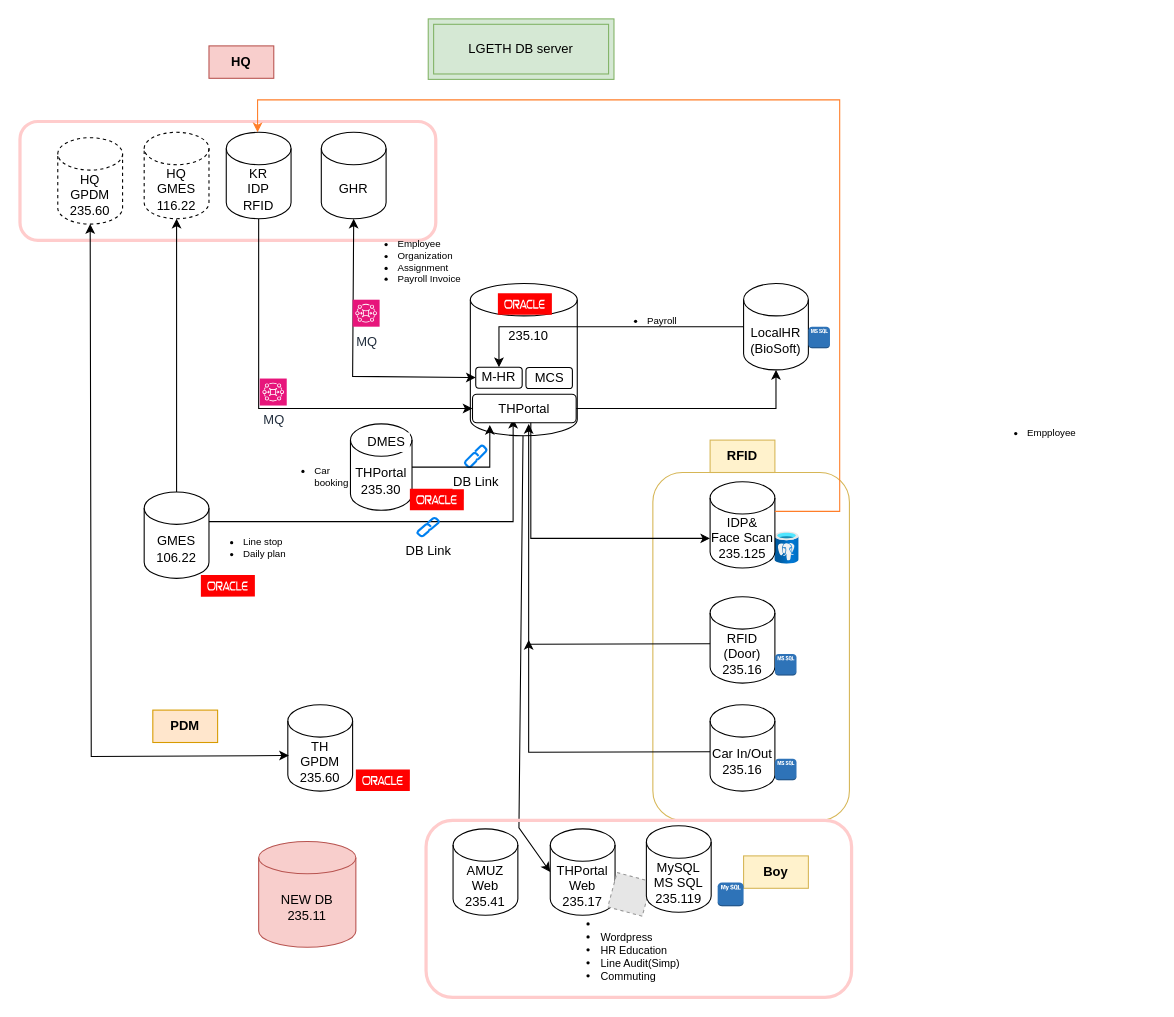
Before: page "Page-1" (1 of 2) of THPortalDB.drawio in 9maybe/9maybe, a draw.io diagram. Source tidied: cells renumbered, new cells numbered last; positions are measured from the earlier drawing's top-left corner, leaving out a move shared by most shapes. Both pictures are drawn from the tidied source at 108%, with x=0, y=0 at pixel (19, 18). Pictures stored in the file or linked from it are replaced by grey dashed boxes.
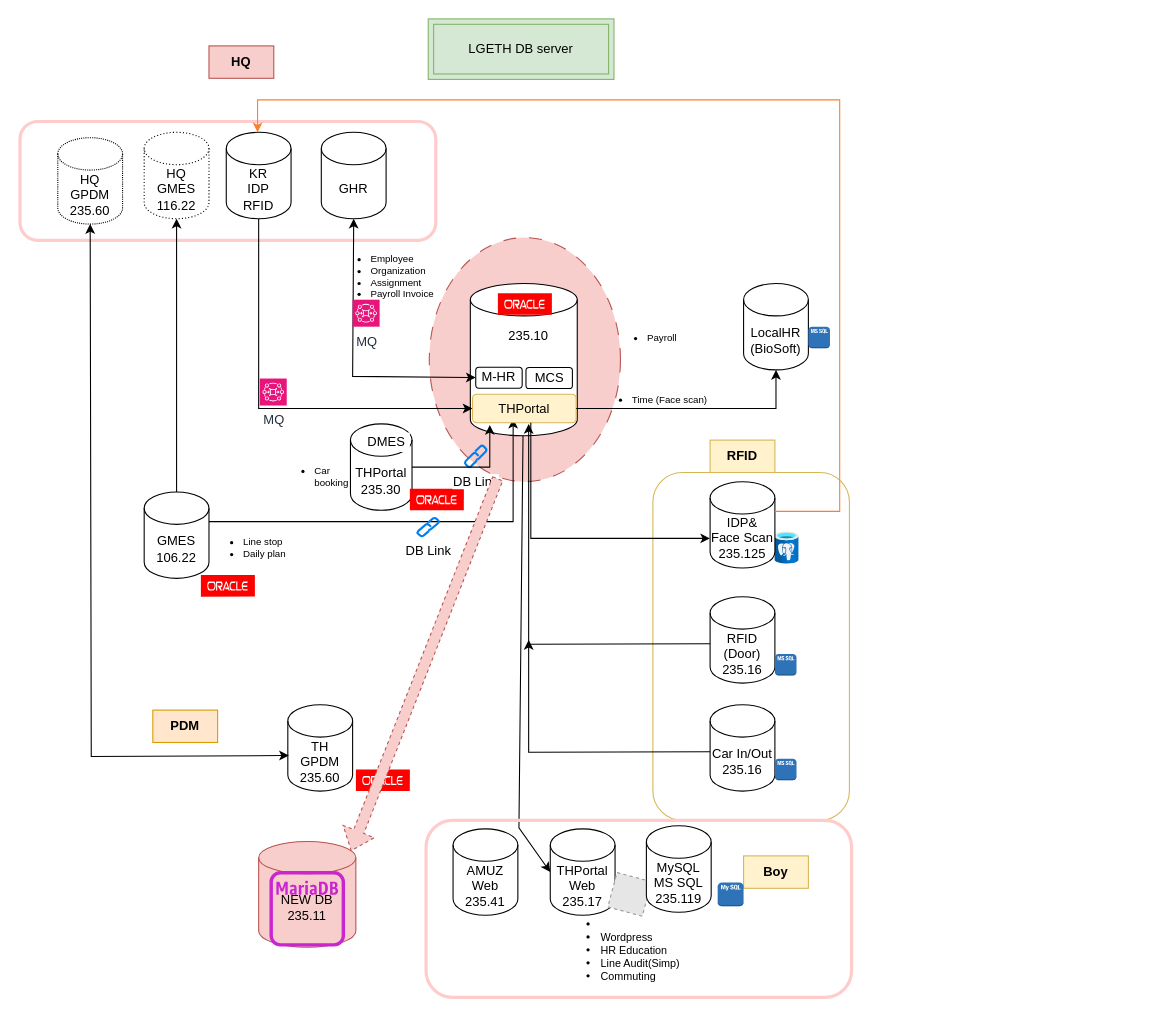
Above is the later version.

Unchanged cells that the change refers to:
```xml
<mxCell id="10" value="LocalHR&lt;br&gt;(BioSoft)" style="shape=cylinder3;whiteSpace=wrap;html=1;boundedLbl=1;backgroundOutline=1;size=15;" parent="1" vertex="1">
  <mxGeometry x="670" y="245" width="60" height="80" as="geometry" />
</mxCell>
<mxCell id="55" value="M-HR" style="rounded=1;whiteSpace=wrap;html=1;" parent="1" vertex="1">
  <mxGeometry x="422" y="322.5" width="43" height="19.5" as="geometry" />
</mxCell>
```

The edit, as a diff of the source:
```diff
@@
+    <mxCell id="64" style="ellipse;whiteSpace=wrap;html=1;dashed=1;dashPattern=12 12;fillColor=#f8cecc;strokeColor=#b85450;" parent="1" vertex="1">
+      <mxGeometry x="379" y="202.5" width="177" height="226" as="geometry" />
+    </mxCell>
@@
-    <mxCell id="9" style="edgeStyle=orthogonalEdgeStyle;rounded=0;jettySize=auto;html=1;exitX=0;exitY=0.5;exitDx=0;exitDy=0;exitPerimeter=0;entryX=0.5;entryY=0;entryDx=0;entryDy=0;" parent="1" edge="1" source="10" target="55">
-      <mxGeometry relative="1" as="geometry" />
-    </mxCell>
@@
     <mxCell id="11" value="&lt;ul style=&quot;font-size: 9px;&quot;&gt;&lt;li style=&quot;font-size: 9px;&quot;&gt;Employee&lt;/li&gt;&lt;li style=&quot;font-size: 9px;&quot;&gt;Organization&lt;/li&gt;&lt;li style=&quot;font-size: 9px;&quot;&gt;Assignment&lt;/li&gt;&lt;li style=&quot;font-size: 9px;&quot;&gt;Payroll Invoice&lt;/li&gt;&lt;/ul&gt;" style="text;strokeColor=none;align=left;fillColor=none;html=1;verticalAlign=middle;whiteSpace=wrap;rounded=0;fontSize=9;" parent="1" vertex="1">
-      <mxGeometry x="308" y="190" width="160" height="70" as="geometry" />
+      <mxGeometry x="282.5" y="204" width="160" height="70" as="geometry" />
     </mxCell>
     <mxCell id="12" value="&lt;ul style=&quot;font-size: 9px;&quot;&gt;&lt;li style=&quot;font-size: 9px;&quot;&gt;Payroll&lt;/li&gt;&lt;/ul&gt;" style="text;strokeColor=none;align=left;fillColor=none;html=1;verticalAlign=middle;whiteSpace=wrap;rounded=0;fontSize=9;" parent="1" vertex="1">
-      <mxGeometry x="539" y="245" width="160" height="70" as="geometry" />
+      <mxGeometry x="539" y="276" width="88" height="39" as="geometry" />
     </mxCell>
@@
-    <mxCell id="41" value="HQ&lt;br&gt;GPDM&lt;br&gt;235.60" style="shape=cylinder3;whiteSpace=wrap;html=1;boundedLbl=1;backgroundOutline=1;size=15;dashed=1;" parent="1" vertex="1">
+    <mxCell id="41" value="HQ&lt;br&gt;GPDM&lt;br&gt;235.60" style="shape=cylinder3;whiteSpace=wrap;html=1;boundedLbl=1;backgroundOutline=1;size=15;dashed=1;dashPattern=1 1;" parent="1" vertex="1">
       <mxGeometry x="35" y="110" width="60" height="80" as="geometry" />
     </mxCell>
@@
-    <mxCell id="47" value="HQ&lt;br&gt;GMES&lt;br&gt;116.22" style="shape=cylinder3;whiteSpace=wrap;html=1;boundedLbl=1;backgroundOutline=1;size=15;dashed=1;" parent="1" vertex="1">
+    <mxCell id="47" value="HQ&lt;br&gt;GMES&lt;br&gt;116.22" style="shape=cylinder3;whiteSpace=wrap;html=1;boundedLbl=1;backgroundOutline=1;size=15;dashed=1;dashPattern=1 2;" parent="1" vertex="1">
       <mxGeometry x="115" y="105" width="60" height="80" as="geometry" />
     </mxCell>
@@
-    <mxCell id="51" value="&lt;ul style=&quot;font-size: 9px;&quot;&gt;&lt;li style=&quot;font-size: 9px;&quot;&gt;Empployee&lt;/li&gt;&lt;/ul&gt;" style="text;strokeColor=none;align=left;fillColor=none;html=1;verticalAlign=middle;whiteSpace=wrap;rounded=0;fontSize=9;" parent="1" vertex="1">
-      <mxGeometry x="891" y="348.5" width="160" height="70" as="geometry" />
-    </mxCell>
@@
-    <mxCell id="57" value="THPortal" style="rounded=1;whiteSpace=wrap;html=1;" parent="1" vertex="1">
+    <mxCell id="57" value="THPortal" style="rounded=1;whiteSpace=wrap;html=1;fillColor=#fff2cc;strokeColor=#d6b656;" parent="1" vertex="1">
       <mxGeometry x="419" y="347.5" width="96" height="26.5" as="geometry" />
     </mxCell>
@@
+    <mxCell id="65" value="&lt;ul style=&quot;font-size: 9px;&quot;&gt;&lt;li style=&quot;font-size: 9px;&quot;&gt;Time (Face scan)&lt;/li&gt;&lt;/ul&gt;" style="text;strokeColor=none;align=left;fillColor=none;html=1;verticalAlign=middle;whiteSpace=wrap;rounded=0;fontSize=9;" parent="1" vertex="1">
+      <mxGeometry x="525" y="333" width="121" height="39" as="geometry" />
+    </mxCell>
+    <mxCell id="66" style="shape=flexArrow;endArrow=classic;html=1;rounded=0;entryX=0.785;entryY=0.011;entryDx=0;entryDy=0;entryPerimeter=0;dashed=1;fillColor=#f8cecc;strokeColor=#b85450;" parent="1" edge="1">
+      <mxGeometry relative="1" as="geometry">
+        <mxPoint x="442.5" y="425.4" as="sourcePoint" />
+        <mxPoint x="306.5" y="770.6" as="targetPoint" />
+      </mxGeometry>
+    </mxCell>
+    <mxCell id="67" style="sketch=0;fontColor=#232F3E;gradientColor=none;fillColor=#C925D1;strokeColor=none;dashed=0;verticalLabelPosition=bottom;verticalAlign=top;align=center;html=1;fontSize=12;fontStyle=0;shape=mxgraph.aws4.rds_mariadb_instance_alt;" parent="1" vertex="1">
+      <mxGeometry x="231" y="789" width="70" height="70" as="geometry" />
+    </mxCell>
```
